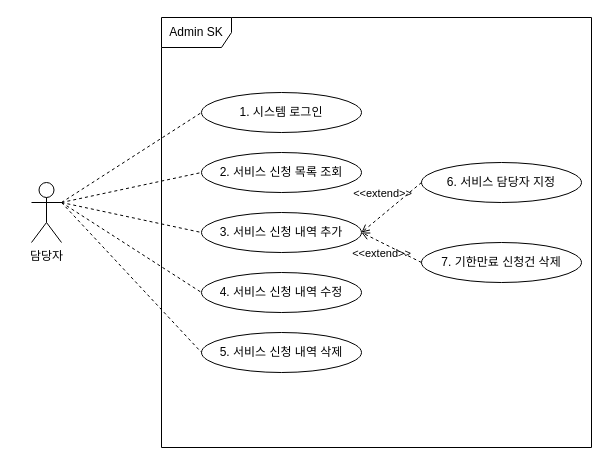
The draw.io diagram page "Usecase View" (1 of 5) of AdminSK.drawio in ificu/admin-sk, before the edit. Source tidied: cells renumbered, new cells numbered last; positions are measured from the earlier drawing's top-left corner, leaving out a move shared by most shapes. Both pictures are drawn from the tidied source at 100%, with x=0, y=0 at pixel (31, 17).
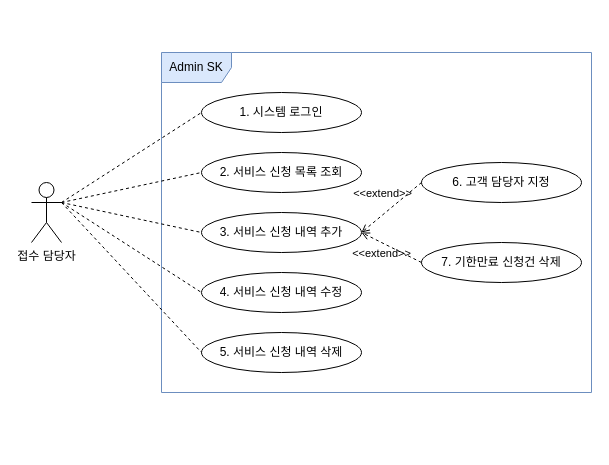
After the change.

Change to the diagram source:
```diff
@@
-    <mxCell id="2" value="담당자" style="shape=umlActor;verticalLabelPosition=bottom;verticalAlign=top;html=1;" parent="1" vertex="1">
+    <mxCell id="2" value="접수 담당자" style="shape=umlActor;verticalLabelPosition=bottom;verticalAlign=top;html=1;" parent="1" vertex="1">
       <mxGeometry y="165" width="30" height="60" as="geometry" />
     </mxCell>
-    <mxCell id="3" value="Admin SK" style="shape=umlFrame;whiteSpace=wrap;html=1;width=70;height=30;" parent="1" vertex="1">
-      <mxGeometry x="130" width="430" height="430" as="geometry" />
+    <mxCell id="3" value="Admin SK" style="shape=umlFrame;whiteSpace=wrap;html=1;width=70;height=30;fillColor=#dae8fc;strokeColor=#6c8ebf;" parent="1" vertex="1">
+      <mxGeometry x="130" y="35" width="430" height="340" as="geometry" />
     </mxCell>
@@
-    <mxCell id="14" value="6. 서비스 담당자 지정" style="ellipse;whiteSpace=wrap;html=1;" parent="1" vertex="1">
+    <mxCell id="14" value="6. 고객 담당자 지정" style="ellipse;whiteSpace=wrap;html=1;" parent="1" vertex="1">
       <mxGeometry x="390" y="145" width="160" height="40" as="geometry" />
     </mxCell>
```
